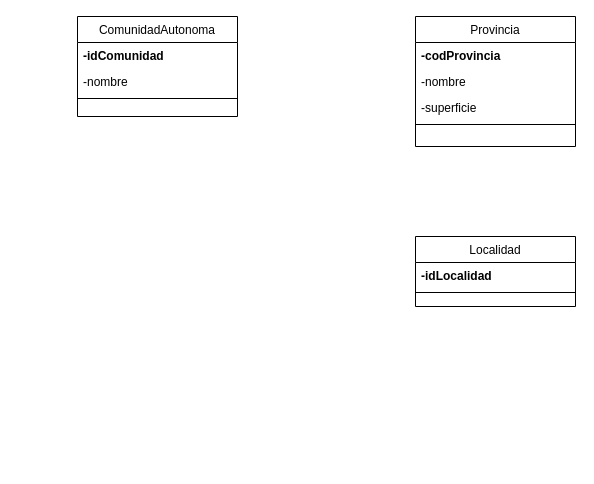
Earlier version of the draw.io diagram Tema6/Ejercicio2.drawio (Ayllonpat/BasedeDatos2trimestre). Source tidied: cells renumbered, new cells numbered last; positions are measured from the earlier drawing's top-left corner, leaving out a move shared by most shapes. Both pictures are drawn from the tidied source at 100%, with x=0, y=0 at pixel (77, 16).
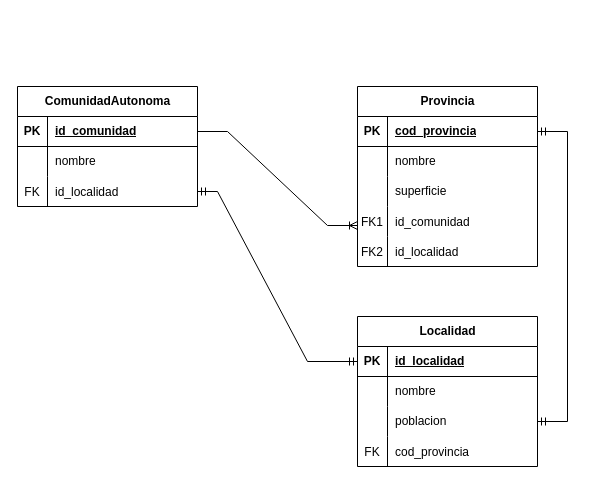
The same diagram, later.

What changed in the source:
```diff
@@
-    <mxCell id="2" value="ComunidadAutonoma" style="swimlane;fontStyle=0;align=center;verticalAlign=top;horizontal=1;startSize=26;rounded=0;shadow=0;strokeWidth=1;" parent="1" vertex="1">
-      <mxGeometry width="160" height="100" as="geometry" />
+    <mxCell id="2" value="ComunidadAutonoma" style="shape=table;startSize=30;childLayout=tableLayout;rowLines=0;fontStyle=1;align=center;html=1;" parent="1" vertex="1">
+      <mxGeometry x="-60" y="70" width="180" height="120" as="geometry" />
     </mxCell>
-    <mxCell id="3" value="-idComunidad" style="text;align=left;verticalAlign=top;spacingLeft=4;spacingRight=4;overflow=hidden;fontStyle=1;" parent="2" vertex="1">
-      <mxGeometry y="26" width="160" height="26" as="geometry" />
-    </mxCell>
-    <mxCell id="4" value="-nombre" style="text;align=left;verticalAlign=top;spacingLeft=4;spacingRight=4;overflow=hidden;rounded=0;shadow=0;html=0;" parent="2" vertex="1">
-      <mxGeometry y="52" width="160" height="26" as="geometry" />
-    </mxCell>
-    <mxCell id="5" style="line;html=1;strokeWidth=1;align=left;verticalAlign=middle;spacingTop=-1;spacingLeft=3;spacingRight=3;labelPosition=right;" parent="2" vertex="1">
-      <mxGeometry y="78" width="160" height="8" as="geometry" />
-    </mxCell>
+    <mxCell id="14" style="shape=tableRow;horizontal=0;startSize=0;swimlaneHead=0;swimlaneBody=0;fillColor=none;points=[[0,0.5],[1,0.5]];portConstraint=eastwest;top=0;left=0;right=0;bottom=1;" parent="2" vertex="1">
+      <mxGeometry y="30" width="180" height="30" as="geometry" />
+    </mxCell>
+    <mxCell id="15" value="PK" style="shape=partialRectangle;fillColor=none;top=0;left=0;bottom=0;right=0;fontStyle=1;overflow=hidden;whiteSpace=wrap;html=1;" parent="14" vertex="1">
+      <mxGeometry width="30" height="30" as="geometry" />
+    </mxCell>
+    <mxCell id="16" value="id_comunidad" style="shape=partialRectangle;fillColor=none;top=0;left=0;bottom=0;right=0;align=left;spacingLeft=6;fontStyle=5;overflow=hidden;whiteSpace=wrap;html=1;" parent="14" vertex="1">
+      <mxGeometry x="30" width="150" height="30" as="geometry" />
+    </mxCell>
+    <mxCell id="17" style="shape=tableRow;horizontal=0;startSize=0;swimlaneHead=0;swimlaneBody=0;fillColor=none;top=0;left=0;right=0;bottom=0;" parent="2" vertex="1">
+      <mxGeometry y="60" width="180" height="30" as="geometry" />
+    </mxCell>
+    <mxCell id="18" style="shape=partialRectangle;fillColor=none;top=0;left=0;bottom=0;right=0;overflow=hidden;whiteSpace=wrap;html=1;" parent="17" vertex="1">
+      <mxGeometry width="30" height="30" as="geometry" />
+    </mxCell>
+    <mxCell id="19" value="nombre" style="shape=partialRectangle;fillColor=none;top=0;left=0;bottom=0;right=0;align=left;spacingLeft=6;overflow=hidden;whiteSpace=wrap;html=1;" parent="17" vertex="1">
+      <mxGeometry x="30" width="150" height="30" as="geometry" />
+    </mxCell>
+    <mxCell id="20" style="shape=tableRow;horizontal=0;startSize=0;swimlaneHead=0;swimlaneBody=0;fillColor=none;points=[[0,0.5],[1,0.5]];portConstraint=eastwest;top=0;left=0;right=0;bottom=0;" parent="2" vertex="1">
+      <mxGeometry y="90" width="180" height="30" as="geometry" />
+    </mxCell>
+    <mxCell id="21" value="FK" style="shape=partialRectangle;fillColor=none;top=0;left=0;bottom=0;right=0;overflow=hidden;" parent="20" vertex="1">
+      <mxGeometry width="30" height="30" as="geometry" />
+    </mxCell>
+    <mxCell id="22" value="id_localidad" style="shape=partialRectangle;fillColor=none;top=0;left=0;bottom=0;right=0;align=left;spacingLeft=6;overflow=hidden;" parent="20" vertex="1">
+      <mxGeometry x="30" width="150" height="30" as="geometry" />
+    </mxCell>
+    <mxCell id="9" value="Provincia" style="shape=table;startSize=30;childLayout=tableLayout;rowLines=0;fontStyle=1;align=center;html=1;" parent="1" vertex="1">
+      <mxGeometry x="280" y="70" width="180" height="180" as="geometry" />
+    </mxCell>
+    <mxCell id="23" style="shape=tableRow;horizontal=0;startSize=0;swimlaneHead=0;swimlaneBody=0;fillColor=none;points=[[0,0.5],[1,0.5]];portConstraint=eastwest;top=0;left=0;right=0;bottom=1;" parent="9" vertex="1">
+      <mxGeometry y="30" width="180" height="30" as="geometry" />
+    </mxCell>
+    <mxCell id="24" value="PK" style="shape=partialRectangle;fillColor=none;top=0;left=0;bottom=0;right=0;fontStyle=1;overflow=hidden;whiteSpace=wrap;html=1;" parent="23" vertex="1">
+      <mxGeometry width="30" height="30" as="geometry" />
+    </mxCell>
+    <mxCell id="25" value="cod_provincia" style="shape=partialRectangle;fillColor=none;top=0;left=0;bottom=0;right=0;align=left;spacingLeft=6;fontStyle=5;overflow=hidden;whiteSpace=wrap;html=1;" parent="23" vertex="1">
+      <mxGeometry x="30" width="150" height="30" as="geometry" />
+    </mxCell>
+    <mxCell id="26" style="shape=tableRow;horizontal=0;startSize=0;swimlaneHead=0;swimlaneBody=0;fillColor=none;top=0;left=0;right=0;bottom=0;" parent="9" vertex="1">
+      <mxGeometry y="60" width="180" height="30" as="geometry" />
+    </mxCell>
+    <mxCell id="27" style="shape=partialRectangle;fillColor=none;top=0;left=0;bottom=0;right=0;overflow=hidden;whiteSpace=wrap;html=1;" parent="26" vertex="1">
+      <mxGeometry width="30" height="30" as="geometry" />
+    </mxCell>
+    <mxCell id="28" value="nombre" style="shape=partialRectangle;fillColor=none;top=0;left=0;bottom=0;right=0;align=left;spacingLeft=6;overflow=hidden;whiteSpace=wrap;html=1;" parent="26" vertex="1">
+      <mxGeometry x="30" width="150" height="30" as="geometry" />
+    </mxCell>
+    <mxCell id="29" style="shape=tableRow;horizontal=0;startSize=0;swimlaneHead=0;swimlaneBody=0;fillColor=none;top=0;left=0;right=0;bottom=0;" parent="9" vertex="1">
+      <mxGeometry y="90" width="180" height="30" as="geometry" />
+    </mxCell>
+    <mxCell id="30" style="shape=partialRectangle;fillColor=none;top=0;left=0;bottom=0;right=0;overflow=hidden;whiteSpace=wrap;html=1;" parent="29" vertex="1">
+      <mxGeometry width="30" height="30" as="geometry" />
+    </mxCell>
+    <mxCell id="31" value="superficie" style="shape=partialRectangle;fillColor=none;top=0;left=0;bottom=0;right=0;align=left;spacingLeft=6;overflow=hidden;whiteSpace=wrap;html=1;" parent="29" vertex="1">
+      <mxGeometry x="30" width="150" height="30" as="geometry" />
+    </mxCell>
+    <mxCell id="32" style="shape=tableRow;horizontal=0;startSize=0;swimlaneHead=0;swimlaneBody=0;fillColor=none;top=0;left=0;right=0;bottom=0;" parent="9" vertex="1">
+      <mxGeometry y="120" width="180" height="30" as="geometry" />
+    </mxCell>
+    <mxCell id="33" value="FK1" style="shape=partialRectangle;fillColor=none;top=0;left=0;bottom=0;right=0;overflow=hidden;" parent="32" vertex="1">
+      <mxGeometry width="30" height="30" as="geometry" />
+    </mxCell>
+    <mxCell id="34" value="id_comunidad" style="shape=partialRectangle;fillColor=none;top=0;left=0;bottom=0;right=0;align=left;spacingLeft=6;overflow=hidden;" parent="32" vertex="1">
+      <mxGeometry x="30" width="150" height="30" as="geometry" />
+    </mxCell>
+    <mxCell id="35" style="shape=tableRow;horizontal=0;startSize=0;swimlaneHead=0;swimlaneBody=0;fillColor=none;top=0;left=0;right=0;bottom=0;" parent="9" vertex="1">
+      <mxGeometry y="150" width="180" height="30" as="geometry" />
+    </mxCell>
+    <mxCell id="36" value="FK2" style="shape=partialRectangle;fillColor=none;top=0;left=0;bottom=0;right=0;overflow=hidden;" parent="35" vertex="1">
+      <mxGeometry width="30" height="30" as="geometry" />
+    </mxCell>
+    <mxCell id="37" value="id_localidad" style="shape=partialRectangle;fillColor=none;top=0;left=0;bottom=0;right=0;align=left;spacingLeft=6;overflow=hidden;" parent="35" vertex="1">
+      <mxGeometry x="30" width="150" height="30" as="geometry" />
+    </mxCell>
-    <mxCell id="6" value="Localidad" style="swimlane;fontStyle=0;align=center;verticalAlign=top;horizontal=1;startSize=26;rounded=0;shadow=0;strokeWidth=1;" parent="1" vertex="1">
-      <mxGeometry x="338" y="220" width="160" height="70" as="geometry" />
+    <mxCell id="6" value="Localidad" style="shape=table;startSize=30;childLayout=tableLayout;rowLines=0;fontStyle=1;align=center;html=1;" parent="1" vertex="1">
+      <mxGeometry x="280" y="300" width="180" height="150" as="geometry" />
     </mxCell>
-    <mxCell id="7" value="-idLocalidad" style="text;align=left;verticalAlign=top;spacingLeft=4;spacingRight=4;overflow=hidden;fontStyle=1;" parent="6" vertex="1">
-      <mxGeometry y="26" width="160" height="26" as="geometry" />
-    </mxCell>
-    <mxCell id="8" style="line;html=1;strokeWidth=1;align=left;verticalAlign=middle;spacingTop=-1;spacingLeft=3;spacingRight=3;labelPosition=right;" parent="6" vertex="1">
-      <mxGeometry y="52" width="160" height="8" as="geometry" />
-    </mxCell>
-    <mxCell id="9" value="Provincia" style="swimlane;fontStyle=0;align=center;verticalAlign=top;horizontal=1;startSize=26;rounded=0;shadow=0;strokeWidth=1;" parent="1" vertex="1">
-      <mxGeometry x="338" width="160" height="130" as="geometry" />
-    </mxCell>
-    <mxCell id="10" value="-codProvincia" style="text;align=left;verticalAlign=top;spacingLeft=4;spacingRight=4;overflow=hidden;fontStyle=1;" parent="9" vertex="1">
-      <mxGeometry y="26" width="160" height="26" as="geometry" />
-    </mxCell>
-    <mxCell id="11" value="-nombre" style="text;align=left;verticalAlign=top;spacingLeft=4;spacingRight=4;overflow=hidden;rounded=0;shadow=0;html=0;" parent="9" vertex="1">
-      <mxGeometry y="52" width="160" height="26" as="geometry" />
-    </mxCell>
-    <mxCell id="12" value="-superficie" style="text;align=left;verticalAlign=top;spacingLeft=4;spacingRight=4;overflow=hidden;rounded=0;shadow=0;html=0;" parent="9" vertex="1">
-      <mxGeometry y="78" width="160" height="26" as="geometry" />
-    </mxCell>
-    <mxCell id="13" style="line;html=1;strokeWidth=1;align=left;verticalAlign=middle;spacingTop=-1;spacingLeft=3;spacingRight=3;labelPosition=right;" parent="9" vertex="1">
-      <mxGeometry y="104" width="160" height="8" as="geometry" />
-    </mxCell>
+    <mxCell id="38" style="shape=tableRow;horizontal=0;startSize=0;swimlaneHead=0;swimlaneBody=0;fillColor=none;points=[[0,0.5],[1,0.5]];portConstraint=eastwest;top=0;left=0;right=0;bottom=1;" parent="6" vertex="1">
+      <mxGeometry y="30" width="180" height="30" as="geometry" />
+    </mxCell>
+    <mxCell id="39" value="PK" style="shape=partialRectangle;fillColor=none;top=0;left=0;bottom=0;right=0;fontStyle=1;overflow=hidden;whiteSpace=wrap;html=1;" parent="38" vertex="1">
+      <mxGeometry width="30" height="30" as="geometry" />
+    </mxCell>
+    <mxCell id="40" value="id_localidad" style="shape=partialRectangle;fillColor=none;top=0;left=0;bottom=0;right=0;align=left;spacingLeft=6;fontStyle=5;overflow=hidden;whiteSpace=wrap;html=1;" parent="38" vertex="1">
+      <mxGeometry x="30" width="150" height="30" as="geometry" />
+    </mxCell>
+    <mxCell id="41" style="shape=tableRow;horizontal=0;startSize=0;swimlaneHead=0;swimlaneBody=0;fillColor=none;top=0;left=0;right=0;bottom=0;" parent="6" vertex="1">
+      <mxGeometry y="60" width="180" height="30" as="geometry" />
+    </mxCell>
+    <mxCell id="42" style="shape=partialRectangle;fillColor=none;top=0;left=0;bottom=0;right=0;overflow=hidden;whiteSpace=wrap;html=1;" parent="41" vertex="1">
+      <mxGeometry width="30" height="30" as="geometry" />
+    </mxCell>
+    <mxCell id="43" value="nombre" style="shape=partialRectangle;fillColor=none;top=0;left=0;bottom=0;right=0;align=left;spacingLeft=6;overflow=hidden;whiteSpace=wrap;html=1;" parent="41" vertex="1">
+      <mxGeometry x="30" width="150" height="30" as="geometry" />
+    </mxCell>
+    <mxCell id="44" style="shape=tableRow;horizontal=0;startSize=0;swimlaneHead=0;swimlaneBody=0;fillColor=none;points=[[0,0.5],[1,0.5]];portConstraint=eastwest;top=0;left=0;right=0;bottom=0;" parent="6" vertex="1">
+      <mxGeometry y="90" width="180" height="30" as="geometry" />
+    </mxCell>
+    <mxCell id="45" style="shape=partialRectangle;fillColor=none;top=0;left=0;bottom=0;right=0;overflow=hidden;whiteSpace=wrap;html=1;" parent="44" vertex="1">
+      <mxGeometry width="30" height="30" as="geometry" />
+    </mxCell>
+    <mxCell id="46" value="poblacion" style="shape=partialRectangle;fillColor=none;top=0;left=0;bottom=0;right=0;align=left;spacingLeft=6;overflow=hidden;whiteSpace=wrap;html=1;" parent="44" vertex="1">
+      <mxGeometry x="30" width="150" height="30" as="geometry" />
+    </mxCell>
+    <mxCell id="47" style="shape=tableRow;horizontal=0;startSize=0;swimlaneHead=0;swimlaneBody=0;fillColor=none;top=0;left=0;right=0;bottom=0;" parent="6" vertex="1">
+      <mxGeometry y="120" width="180" height="30" as="geometry" />
+    </mxCell>
+    <mxCell id="48" value="FK" style="shape=partialRectangle;fillColor=none;top=0;left=0;bottom=0;right=0;overflow=hidden;" parent="47" vertex="1">
+      <mxGeometry width="30" height="30" as="geometry" />
+    </mxCell>
+    <mxCell id="49" value="cod_provincia" style="shape=partialRectangle;fillColor=none;top=0;left=0;bottom=0;right=0;align=left;spacingLeft=6;overflow=hidden;" parent="47" vertex="1">
+      <mxGeometry x="30" width="150" height="30" as="geometry" />
+    </mxCell>
+    <mxCell id="50" style="edgeStyle=entityRelationEdgeStyle;fontSize=12;html=1;endArrow=ERoneToMany;rounded=0;entryX=0;entryY=0.133;entryDx=0;entryDy=0;entryPerimeter=0;exitX=1;exitY=0.5;exitDx=0;exitDy=0;" parent="1" edge="1" source="14">
+      <mxGeometry relative="1" as="geometry">
+        <mxPoint x="280" y="209" as="targetPoint" />
+      </mxGeometry>
+    </mxCell>
+    <mxCell id="51" style="edgeStyle=entityRelationEdgeStyle;fontSize=12;html=1;endArrow=ERmandOne;startArrow=ERmandOne;rounded=0;entryX=1;entryY=0.5;entryDx=0;entryDy=0;exitX=1;exitY=0.5;exitDx=0;exitDy=0;" parent="1" edge="1" source="44" target="23">
+      <mxGeometry relative="1" as="geometry">
+        <Array as="points">
+          <mxPoint x="574.1" y="325" />
+          <mxPoint x="594.1" y="315" />
+        </Array>
+      </mxGeometry>
+    </mxCell>
+    <mxCell id="52" style="fontSize=12;html=1;endArrow=ERmandOne;startArrow=ERmandOne;rounded=0;exitX=1;exitY=0.5;exitDx=0;exitDy=0;entryX=0;entryY=0.5;entryDx=0;entryDy=0;" parent="1" edge="1" source="20" target="38">
+      <mxGeometry relative="1" as="geometry">
+        <Array as="points">
+          <mxPoint x="140" y="175" />
+          <mxPoint x="230" y="345" />
+        </Array>
+      </mxGeometry>
+    </mxCell>
```
